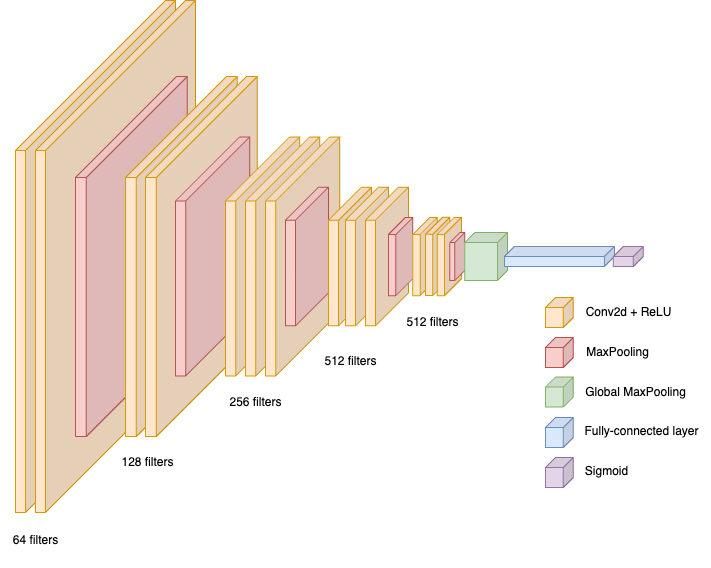
krebso/bc-thesis keeps this draw.io diagram as img/nn-arch.png. Above is the earlier version. Source tidied: cells renumbered, new cells last; positions are measured from the earlier drawing's top-left corner, leaving out a move shared by most shapes.
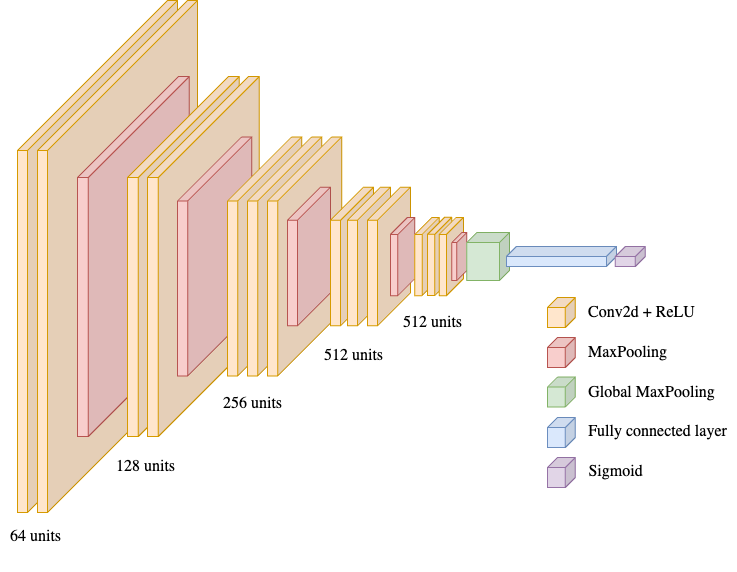
The same file after the commit.

Diff of the diagram source:
```diff
@@ -2,113 +2,113 @@
   <root>
     <mxCell id="0" />
     <mxCell id="1" parent="0" />
-    <mxCell id="2" style="shape=cube;whiteSpace=wrap;html=1;boundedLbl=1;backgroundOutline=1;darkOpacity=0.05;darkOpacity2=0.1;flipH=1;size=150;fillColor=#ffe6cc;strokeColor=#d79b00;" parent="1" vertex="1">
+    <mxCell id="2" style="shape=cube;whiteSpace=wrap;html=1;boundedLbl=1;backgroundOutline=1;darkOpacity=0.05;darkOpacity2=0.1;flipH=1;size=150;fillColor=#ffe6cc;strokeColor=#d79b00;fontFamily=Garamond;fontSize=16;" parent="1" vertex="1">
       <mxGeometry x="15" width="160" height="512" as="geometry" />
     </mxCell>
-    <mxCell id="3" style="shape=cube;whiteSpace=wrap;html=1;boundedLbl=1;backgroundOutline=1;darkOpacity=0.05;darkOpacity2=0.1;flipH=1;size=150;fillColor=#ffe6cc;strokeColor=#d79b00;" parent="1" vertex="1">
+    <mxCell id="3" style="shape=cube;whiteSpace=wrap;html=1;boundedLbl=1;backgroundOutline=1;darkOpacity=0.05;darkOpacity2=0.1;flipH=1;size=150;fillColor=#ffe6cc;strokeColor=#d79b00;fontFamily=Garamond;fontSize=16;" parent="1" vertex="1">
       <mxGeometry x="35" width="160" height="512" as="geometry" />
     </mxCell>
-    <mxCell id="4" value="64 filters&lt;div&gt;&lt;br&gt;&lt;/div&gt;" style="text;html=1;align=center;verticalAlign=middle;strokeColor=none;fillColor=none;" parent="1" vertex="1">
-      <mxGeometry y="527" width="70" height="40" as="geometry" />
+    <mxCell id="4" value="64 units&lt;div style=&quot;font-size: 16px;&quot;&gt;&lt;br style=&quot;font-size: 16px;&quot;&gt;&lt;/div&gt;" style="text;html=1;align=center;verticalAlign=middle;strokeColor=none;fillColor=none;fontFamily=Garamond;fontSize=16;" parent="1" vertex="1">
+      <mxGeometry x="-2" y="521" width="70" height="50" as="geometry" />
     </mxCell>
-    <mxCell id="5" style="shape=cube;whiteSpace=wrap;html=1;boundedLbl=1;backgroundOutline=1;darkOpacity=0.05;darkOpacity2=0.1;flipH=1;size=101;fillColor=#f8cecc;strokeColor=#b85450;" parent="1" vertex="1">
+    <mxCell id="5" style="shape=cube;whiteSpace=wrap;html=1;boundedLbl=1;backgroundOutline=1;darkOpacity=0.05;darkOpacity2=0.1;flipH=1;size=101;fillColor=#f8cecc;strokeColor=#b85450;fontFamily=Garamond;fontSize=16;" parent="1" vertex="1">
       <mxGeometry x="75" y="76" width="111.8" height="360" as="geometry" />
     </mxCell>
-    <mxCell id="6" style="shape=cube;whiteSpace=wrap;html=1;boundedLbl=1;backgroundOutline=1;darkOpacity=0.05;darkOpacity2=0.1;flipH=1;size=101;fillColor=#ffe6cc;strokeColor=#d79b00;" parent="1" vertex="1">
+    <mxCell id="6" style="shape=cube;whiteSpace=wrap;html=1;boundedLbl=1;backgroundOutline=1;darkOpacity=0.05;darkOpacity2=0.1;flipH=1;size=101;fillColor=#ffe6cc;strokeColor=#d79b00;fontFamily=Garamond;fontSize=16;" parent="1" vertex="1">
       <mxGeometry x="125" y="76" width="111.8" height="360" as="geometry" />
     </mxCell>
-    <mxCell id="7" style="shape=cube;whiteSpace=wrap;html=1;boundedLbl=1;backgroundOutline=1;darkOpacity=0.05;darkOpacity2=0.1;flipH=1;size=101;fillColor=#ffe6cc;strokeColor=#d79b00;" parent="1" vertex="1">
+    <mxCell id="7" style="shape=cube;whiteSpace=wrap;html=1;boundedLbl=1;backgroundOutline=1;darkOpacity=0.05;darkOpacity2=0.1;flipH=1;size=101;fillColor=#ffe6cc;strokeColor=#d79b00;fontFamily=Garamond;fontSize=16;" parent="1" vertex="1">
       <mxGeometry x="145" y="76" width="111.8" height="360" as="geometry" />
     </mxCell>
-    <mxCell id="8" style="shape=cube;whiteSpace=wrap;html=1;boundedLbl=1;backgroundOutline=1;darkOpacity=0.05;darkOpacity2=0.1;flipH=1;size=64;fillColor=#f8cecc;strokeColor=#b85450;" parent="1" vertex="1">
+    <mxCell id="8" style="shape=cube;whiteSpace=wrap;html=1;boundedLbl=1;backgroundOutline=1;darkOpacity=0.05;darkOpacity2=0.1;flipH=1;size=64;fillColor=#f8cecc;strokeColor=#b85450;fontFamily=Garamond;fontSize=16;" parent="1" vertex="1">
       <mxGeometry x="175" y="136.5" width="74.3" height="239" as="geometry" />
     </mxCell>
-    <mxCell id="9" style="shape=cube;whiteSpace=wrap;html=1;boundedLbl=1;backgroundOutline=1;darkOpacity=0.05;darkOpacity2=0.1;flipH=1;size=64;fillColor=#ffe6cc;strokeColor=#d79b00;" parent="1" vertex="1">
+    <mxCell id="9" style="shape=cube;whiteSpace=wrap;html=1;boundedLbl=1;backgroundOutline=1;darkOpacity=0.05;darkOpacity2=0.1;flipH=1;size=64;fillColor=#ffe6cc;strokeColor=#d79b00;fontFamily=Garamond;fontSize=16;" parent="1" vertex="1">
       <mxGeometry x="225" y="136.5" width="74.3" height="239" as="geometry" />
     </mxCell>
-    <mxCell id="10" style="shape=cube;whiteSpace=wrap;html=1;boundedLbl=1;backgroundOutline=1;darkOpacity=0.05;darkOpacity2=0.1;flipH=1;size=64;fillColor=#ffe6cc;strokeColor=#d79b00;" parent="1" vertex="1">
+    <mxCell id="10" style="shape=cube;whiteSpace=wrap;html=1;boundedLbl=1;backgroundOutline=1;darkOpacity=0.05;darkOpacity2=0.1;flipH=1;size=64;fillColor=#ffe6cc;strokeColor=#d79b00;fontFamily=Garamond;fontSize=16;" parent="1" vertex="1">
       <mxGeometry x="245" y="136.5" width="74.3" height="239" as="geometry" />
     </mxCell>
-    <mxCell id="11" style="shape=cube;whiteSpace=wrap;html=1;boundedLbl=1;backgroundOutline=1;darkOpacity=0.05;darkOpacity2=0.1;flipH=1;size=64;fillColor=#ffe6cc;strokeColor=#d79b00;" parent="1" vertex="1">
+    <mxCell id="11" style="shape=cube;whiteSpace=wrap;html=1;boundedLbl=1;backgroundOutline=1;darkOpacity=0.05;darkOpacity2=0.1;flipH=1;size=64;fillColor=#ffe6cc;strokeColor=#d79b00;fontFamily=Garamond;fontSize=16;" parent="1" vertex="1">
       <mxGeometry x="265" y="136.5" width="74.3" height="239" as="geometry" />
     </mxCell>
-    <mxCell id="12" value="&lt;div&gt;128 filters&lt;/div&gt;" style="text;html=1;align=center;verticalAlign=middle;strokeColor=none;fillColor=none;" parent="1" vertex="1">
-      <mxGeometry x="106.8" y="447" width="80" height="30" as="geometry" />
+    <mxCell id="12" value="&lt;div style=&quot;font-size: 16px;&quot;&gt;128 units&lt;/div&gt;" style="text;html=1;align=center;verticalAlign=middle;strokeColor=none;fillColor=none;fontFamily=Garamond;fontSize=16;" parent="1" vertex="1">
+      <mxGeometry x="102.8" y="451" width="80" height="30" as="geometry" />
     </mxCell>
-    <mxCell id="13" value="&lt;div&gt;256 filters&lt;/div&gt;" style="text;html=1;align=center;verticalAlign=middle;strokeColor=none;fillColor=none;" parent="1" vertex="1">
-      <mxGeometry x="214.6" y="387" width="80" height="30" as="geometry" />
+    <mxCell id="13" value="&lt;div style=&quot;font-size: 16px;&quot;&gt;256 units&lt;/div&gt;" style="text;html=1;align=center;verticalAlign=middle;strokeColor=none;fillColor=none;fontFamily=Garamond;fontSize=16;" parent="1" vertex="1">
+      <mxGeometry x="209.6" y="388" width="80" height="30" as="geometry" />
     </mxCell>
-    <mxCell id="14" style="shape=cube;whiteSpace=wrap;html=1;boundedLbl=1;backgroundOutline=1;darkOpacity=0.05;darkOpacity2=0.1;flipH=1;size=33;fillColor=#f8cecc;strokeColor=#b85450;" parent="1" vertex="1">
+    <mxCell id="14" style="shape=cube;whiteSpace=wrap;html=1;boundedLbl=1;backgroundOutline=1;darkOpacity=0.05;darkOpacity2=0.1;flipH=1;size=33;fillColor=#f8cecc;strokeColor=#b85450;fontFamily=Garamond;fontSize=16;" parent="1" vertex="1">
       <mxGeometry x="285" y="186.8" width="43" height="138.5" as="geometry" />
     </mxCell>
-    <mxCell id="15" style="shape=cube;whiteSpace=wrap;html=1;boundedLbl=1;backgroundOutline=1;darkOpacity=0.05;darkOpacity2=0.1;flipH=1;size=33;fillColor=#ffe6cc;strokeColor=#d79b00;" parent="1" vertex="1">
+    <mxCell id="15" style="shape=cube;whiteSpace=wrap;html=1;boundedLbl=1;backgroundOutline=1;darkOpacity=0.05;darkOpacity2=0.1;flipH=1;size=33;fillColor=#ffe6cc;strokeColor=#d79b00;fontFamily=Garamond;fontSize=16;" parent="1" vertex="1">
       <mxGeometry x="328" y="186.8" width="43" height="138.5" as="geometry" />
     </mxCell>
-    <mxCell id="16" style="shape=cube;whiteSpace=wrap;html=1;boundedLbl=1;backgroundOutline=1;darkOpacity=0.05;darkOpacity2=0.1;flipH=1;size=33;fillColor=#ffe6cc;strokeColor=#d79b00;" parent="1" vertex="1">
+    <mxCell id="16" style="shape=cube;whiteSpace=wrap;html=1;boundedLbl=1;backgroundOutline=1;darkOpacity=0.05;darkOpacity2=0.1;flipH=1;size=33;fillColor=#ffe6cc;strokeColor=#d79b00;fontFamily=Garamond;fontSize=16;" parent="1" vertex="1">
       <mxGeometry x="345" y="186.8" width="43" height="138.5" as="geometry" />
     </mxCell>
-    <mxCell id="17" style="shape=cube;whiteSpace=wrap;html=1;boundedLbl=1;backgroundOutline=1;darkOpacity=0.05;darkOpacity2=0.1;flipH=1;size=33;fillColor=#ffe6cc;strokeColor=#d79b00;" parent="1" vertex="1">
+    <mxCell id="17" style="shape=cube;whiteSpace=wrap;html=1;boundedLbl=1;backgroundOutline=1;darkOpacity=0.05;darkOpacity2=0.1;flipH=1;size=33;fillColor=#ffe6cc;strokeColor=#d79b00;fontFamily=Garamond;fontSize=16;" parent="1" vertex="1">
       <mxGeometry x="365" y="186.8" width="43" height="138.5" as="geometry" />
     </mxCell>
-    <mxCell id="18" style="shape=cube;whiteSpace=wrap;html=1;boundedLbl=1;backgroundOutline=1;darkOpacity=0.05;darkOpacity2=0.1;flipH=1;size=17;fillColor=#f8cecc;strokeColor=#b85450;" parent="1" vertex="1">
+    <mxCell id="18" style="shape=cube;whiteSpace=wrap;html=1;boundedLbl=1;backgroundOutline=1;darkOpacity=0.05;darkOpacity2=0.1;flipH=1;size=17;fillColor=#f8cecc;strokeColor=#b85450;fontFamily=Garamond;fontSize=16;" parent="1" vertex="1">
       <mxGeometry x="388" y="216.9" width="24.3" height="78.2" as="geometry" />
     </mxCell>
-    <mxCell id="19" style="shape=cube;whiteSpace=wrap;html=1;boundedLbl=1;backgroundOutline=1;darkOpacity=0.05;darkOpacity2=0.1;flipH=1;size=17;fillColor=#ffe6cc;strokeColor=#d79b00;" parent="1" vertex="1">
+    <mxCell id="19" style="shape=cube;whiteSpace=wrap;html=1;boundedLbl=1;backgroundOutline=1;darkOpacity=0.05;darkOpacity2=0.1;flipH=1;size=17;fillColor=#ffe6cc;strokeColor=#d79b00;fontFamily=Garamond;fontSize=16;" parent="1" vertex="1">
       <mxGeometry x="412.3" y="216.9" width="24.3" height="78.2" as="geometry" />
     </mxCell>
-    <mxCell id="20" style="shape=cube;whiteSpace=wrap;html=1;boundedLbl=1;backgroundOutline=1;darkOpacity=0.05;darkOpacity2=0.1;flipH=1;size=17;fillColor=#ffe6cc;strokeColor=#d79b00;" parent="1" vertex="1">
+    <mxCell id="20" style="shape=cube;whiteSpace=wrap;html=1;boundedLbl=1;backgroundOutline=1;darkOpacity=0.05;darkOpacity2=0.1;flipH=1;size=17;fillColor=#ffe6cc;strokeColor=#d79b00;fontFamily=Garamond;fontSize=16;" parent="1" vertex="1">
       <mxGeometry x="425" y="216.9" width="24.3" height="78.2" as="geometry" />
     </mxCell>
-    <mxCell id="21" style="shape=cube;whiteSpace=wrap;html=1;boundedLbl=1;backgroundOutline=1;darkOpacity=0.05;darkOpacity2=0.1;flipH=1;size=17;fillColor=#ffe6cc;strokeColor=#d79b00;" parent="1" vertex="1">
+    <mxCell id="21" style="shape=cube;whiteSpace=wrap;html=1;boundedLbl=1;backgroundOutline=1;darkOpacity=0.05;darkOpacity2=0.1;flipH=1;size=17;fillColor=#ffe6cc;strokeColor=#d79b00;fontFamily=Garamond;fontSize=16;" parent="1" vertex="1">
       <mxGeometry x="436.6" y="216.9" width="24.3" height="78.2" as="geometry" />
     </mxCell>
-    <mxCell id="22" value="&lt;div&gt;512 filters&lt;/div&gt;" style="text;html=1;align=center;verticalAlign=middle;strokeColor=none;fillColor=none;" parent="1" vertex="1">
-      <mxGeometry x="309.6" y="345.5" width="80" height="30" as="geometry" />
+    <mxCell id="22" value="&lt;div style=&quot;font-size: 16px;&quot;&gt;512 units&lt;/div&gt;" style="text;html=1;align=center;verticalAlign=middle;strokeColor=none;fillColor=none;fontFamily=Garamond;fontSize=16;" parent="1" vertex="1">
+      <mxGeometry x="310.6" y="339.5" width="80" height="30" as="geometry" />
     </mxCell>
-    <mxCell id="23" value="&lt;div&gt;512 filters&lt;/div&gt;" style="text;html=1;align=center;verticalAlign=middle;strokeColor=none;fillColor=none;" parent="1" vertex="1">
-      <mxGeometry x="392.2" y="307" width="80" height="30" as="geometry" />
+    <mxCell id="23" value="&lt;div style=&quot;font-size: 16px;&quot;&gt;512 units&lt;/div&gt;" style="text;html=1;align=center;verticalAlign=middle;strokeColor=none;fillColor=none;fontFamily=Garamond;fontSize=16;" parent="1" vertex="1">
+      <mxGeometry x="390.2" y="307" width="80" height="30" as="geometry" />
     </mxCell>
-    <mxCell id="24" style="shape=cube;whiteSpace=wrap;html=1;boundedLbl=1;backgroundOutline=1;darkOpacity=0.05;darkOpacity2=0.1;flipH=1;size=10;fillColor=#f8cecc;strokeColor=#b85450;" parent="1" vertex="1">
+    <mxCell id="24" style="shape=cube;whiteSpace=wrap;html=1;boundedLbl=1;backgroundOutline=1;darkOpacity=0.05;darkOpacity2=0.1;flipH=1;size=10;fillColor=#f8cecc;strokeColor=#b85450;fontFamily=Garamond;fontSize=16;" parent="1" vertex="1">
       <mxGeometry x="449.3" y="232" width="14.9" height="48" as="geometry" />
     </mxCell>
-    <mxCell id="25" style="shape=cube;whiteSpace=wrap;html=1;boundedLbl=1;backgroundOutline=1;darkOpacity=0.05;darkOpacity2=0.1;flipH=1;size=10;fillColor=#d5e8d4;strokeColor=#82b366;" parent="1" vertex="1">
+    <mxCell id="25" style="shape=cube;whiteSpace=wrap;html=1;boundedLbl=1;backgroundOutline=1;darkOpacity=0.05;darkOpacity2=0.1;flipH=1;size=10;fillColor=#d5e8d4;strokeColor=#82b366;fontFamily=Garamond;fontSize=16;" parent="1" vertex="1">
       <mxGeometry x="464.2" y="232" width="42.8" height="48" as="geometry" />
     </mxCell>
-    <mxCell id="26" style="shape=cube;whiteSpace=wrap;html=1;boundedLbl=1;backgroundOutline=1;darkOpacity=0.05;darkOpacity2=0.1;flipH=1;size=10;fillColor=#dae8fc;strokeColor=#6c8ebf;" parent="1" vertex="1">
+    <mxCell id="26" style="shape=cube;whiteSpace=wrap;html=1;boundedLbl=1;backgroundOutline=1;darkOpacity=0.05;darkOpacity2=0.1;flipH=1;size=10;fillColor=#dae8fc;strokeColor=#6c8ebf;fontFamily=Garamond;fontSize=16;" parent="1" vertex="1">
       <mxGeometry x="503.9" y="246" width="110" height="20" as="geometry" />
     </mxCell>
-    <mxCell id="27" value="Conv2d + ReLU" style="text;html=1;align=center;verticalAlign=middle;strokeColor=none;fillColor=none;" parent="1" vertex="1">
-      <mxGeometry x="572.8" y="297" width="110" height="30" as="geometry" />
+    <mxCell id="27" value="Conv2d + ReLU" style="text;html=1;align=center;verticalAlign=middle;strokeColor=none;fillColor=none;fontFamily=Garamond;fontSize=16;" parent="1" vertex="1">
+      <mxGeometry x="573.8" y="297" width="130" height="30" as="geometry" />
     </mxCell>
-    <mxCell id="28" value="MaxPooling" style="text;html=1;align=center;verticalAlign=middle;strokeColor=none;fillColor=none;" parent="1" vertex="1">
-      <mxGeometry x="571.8" y="336.5" width="90" height="30" as="geometry" />
+    <mxCell id="28" value="MaxPooling" style="text;html=1;align=center;verticalAlign=middle;strokeColor=none;fillColor=none;fontFamily=Garamond;fontSize=16;" parent="1" vertex="1">
+      <mxGeometry x="574.8" y="336.5" width="100" height="30" as="geometry" />
     </mxCell>
-    <mxCell id="29" style="shape=cube;whiteSpace=wrap;html=1;boundedLbl=1;backgroundOutline=1;darkOpacity=0.05;darkOpacity2=0.1;flipH=1;size=10;fillColor=#ffe6cc;strokeColor=#d79b00;" parent="1" vertex="1">
+    <mxCell id="29" style="shape=cube;whiteSpace=wrap;html=1;boundedLbl=1;backgroundOutline=1;darkOpacity=0.05;darkOpacity2=0.1;flipH=1;size=10;fillColor=#ffe6cc;strokeColor=#d79b00;fontFamily=Garamond;fontSize=16;" parent="1" vertex="1">
       <mxGeometry x="545" y="297" width="27.8" height="30" as="geometry" />
     </mxCell>
-    <mxCell id="30" style="shape=cube;whiteSpace=wrap;html=1;boundedLbl=1;backgroundOutline=1;darkOpacity=0.05;darkOpacity2=0.1;flipH=1;size=10;fillColor=#f8cecc;strokeColor=#b85450;" parent="1" vertex="1">
+    <mxCell id="30" style="shape=cube;whiteSpace=wrap;html=1;boundedLbl=1;backgroundOutline=1;darkOpacity=0.05;darkOpacity2=0.1;flipH=1;size=10;fillColor=#f8cecc;strokeColor=#b85450;fontFamily=Garamond;fontSize=16;" parent="1" vertex="1">
       <mxGeometry x="545" y="337" width="27.8" height="30" as="geometry" />
     </mxCell>
-    <mxCell id="31" style="shape=cube;whiteSpace=wrap;html=1;boundedLbl=1;backgroundOutline=1;darkOpacity=0.05;darkOpacity2=0.1;flipH=1;size=10;fillColor=#d5e8d4;strokeColor=#82b366;" parent="1" vertex="1">
+    <mxCell id="31" style="shape=cube;whiteSpace=wrap;html=1;boundedLbl=1;backgroundOutline=1;darkOpacity=0.05;darkOpacity2=0.1;flipH=1;size=10;fillColor=#d5e8d4;strokeColor=#82b366;fontFamily=Garamond;fontSize=16;" parent="1" vertex="1">
       <mxGeometry x="545" y="376.5" width="27.8" height="30" as="geometry" />
     </mxCell>
-    <mxCell id="32" value="Global MaxPooling" style="text;html=1;align=center;verticalAlign=middle;strokeColor=none;fillColor=none;" parent="1" vertex="1">
-      <mxGeometry x="575" y="377" width="120" height="30" as="geometry" />
+    <mxCell id="32" value="Global MaxPooling" style="text;html=1;align=center;verticalAlign=middle;strokeColor=none;fillColor=none;fontFamily=Garamond;fontSize=16;" parent="1" vertex="1">
+      <mxGeometry x="574" y="377" width="150" height="30" as="geometry" />
     </mxCell>
-    <mxCell id="33" style="shape=cube;whiteSpace=wrap;html=1;boundedLbl=1;backgroundOutline=1;darkOpacity=0.05;darkOpacity2=0.1;flipH=1;size=10;fillColor=#dae8fc;strokeColor=#6c8ebf;" parent="1" vertex="1">
+    <mxCell id="33" style="shape=cube;whiteSpace=wrap;html=1;boundedLbl=1;backgroundOutline=1;darkOpacity=0.05;darkOpacity2=0.1;flipH=1;size=10;fillColor=#dae8fc;strokeColor=#6c8ebf;fontFamily=Garamond;fontSize=16;" parent="1" vertex="1">
       <mxGeometry x="545" y="417" width="27.8" height="30" as="geometry" />
     </mxCell>
-    <mxCell id="34" value="Fully-connected layer" style="text;html=1;align=center;verticalAlign=middle;strokeColor=none;fillColor=none;" parent="1" vertex="1">
-      <mxGeometry x="571" y="416" width="140" height="30" as="geometry" />
+    <mxCell id="34" value="Fully connected layer" style="text;html=1;align=center;verticalAlign=middle;strokeColor=none;fillColor=none;fontFamily=Garamond;fontSize=16;" parent="1" vertex="1">
+      <mxGeometry x="575" y="416" width="160" height="30" as="geometry" />
     </mxCell>
-    <mxCell id="35" style="shape=cube;whiteSpace=wrap;html=1;boundedLbl=1;backgroundOutline=1;darkOpacity=0.05;darkOpacity2=0.1;flipH=1;size=10;fillColor=#e1d5e7;strokeColor=#9673a6;" parent="1" vertex="1">
+    <mxCell id="35" style="shape=cube;whiteSpace=wrap;html=1;boundedLbl=1;backgroundOutline=1;darkOpacity=0.05;darkOpacity2=0.1;flipH=1;size=10;fillColor=#e1d5e7;strokeColor=#9673a6;fontFamily=Garamond;fontSize=16;" parent="1" vertex="1">
       <mxGeometry x="612.8" y="246" width="30" height="20" as="geometry" />
     </mxCell>
-    <mxCell id="36" style="shape=cube;whiteSpace=wrap;html=1;boundedLbl=1;backgroundOutline=1;darkOpacity=0.05;darkOpacity2=0.1;flipH=1;size=10;fillColor=#e1d5e7;strokeColor=#9673a6;" parent="1" vertex="1">
+    <mxCell id="36" style="shape=cube;whiteSpace=wrap;html=1;boundedLbl=1;backgroundOutline=1;darkOpacity=0.05;darkOpacity2=0.1;flipH=1;size=10;fillColor=#e1d5e7;strokeColor=#9673a6;fontFamily=Garamond;fontSize=16;" parent="1" vertex="1">
       <mxGeometry x="545" y="457" width="27.8" height="30" as="geometry" />
     </mxCell>
-    <mxCell id="37" value="Sigmoid" style="text;html=1;align=center;verticalAlign=middle;strokeColor=none;fillColor=none;" parent="1" vertex="1">
-      <mxGeometry x="571" y="456" width="70" height="30" as="geometry" />
+    <mxCell id="37" value="Sigmoid" style="text;html=1;align=center;verticalAlign=middle;strokeColor=none;fillColor=none;fontFamily=Garamond;fontSize=16;" parent="1" vertex="1">
+      <mxGeometry x="573" y="456" width="80" height="30" as="geometry" />
     </mxCell>
   </root>
 </mxGraphModel>
```
